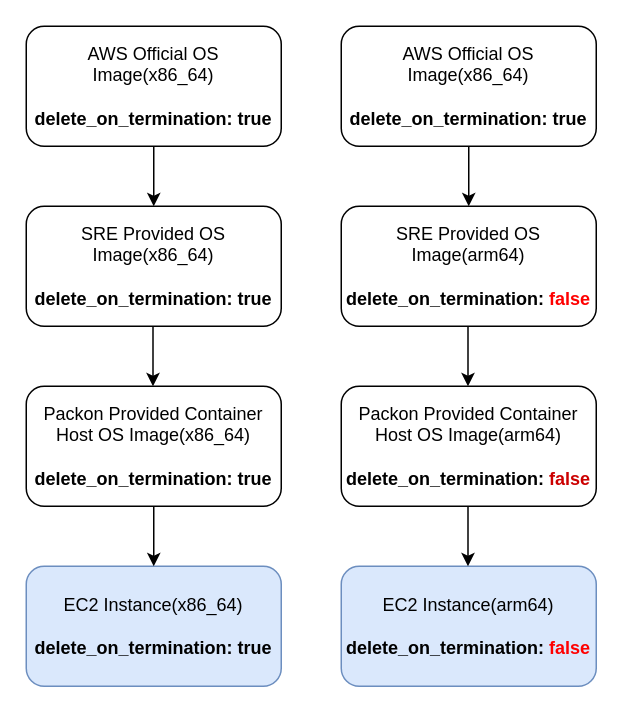
This is delete_on_termination.drawio from YanshanSong/draw.io, a draw.io file, before an edit. Source tidied: cells renumbered, new cells numbered last; positions are measured from the earlier drawing's top-left corner, leaving out a move shared by most shapes. Both pictures are drawn from the tidied source at 150%, with x=0, y=0 at pixel (26, 26).
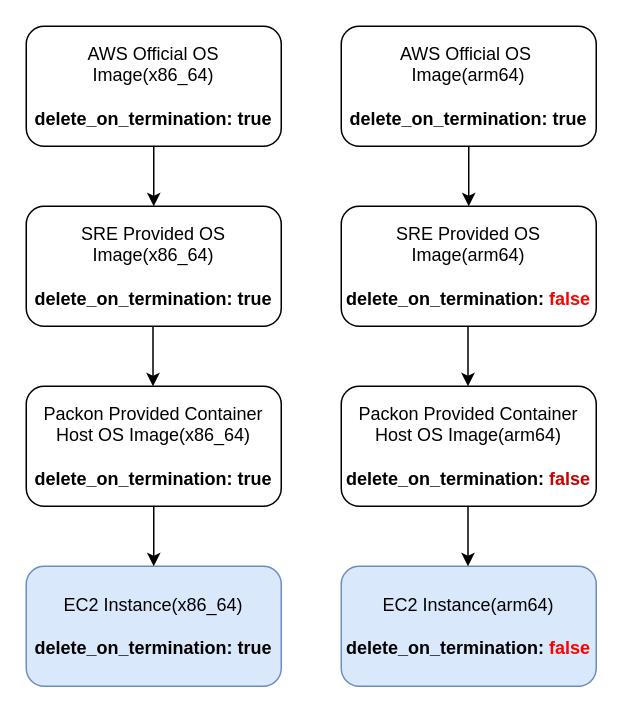
The same page after the edit.

What changed in the source:
```diff
@@
 <mxGraphModel>
   <root>
     <mxCell id="0" />
     <mxCell id="1" parent="0" />
     <mxCell id="2" value="AWS Official OS Image(x86_64)&lt;div&gt;&lt;br&gt;&lt;/div&gt;&lt;div&gt;&lt;b&gt;delete_on_termination: true&lt;/b&gt;&lt;br&gt;&lt;/div&gt;" style="rounded=1;whiteSpace=wrap;html=1;" parent="1" vertex="1">
       <mxGeometry width="170" height="80" as="geometry" />
     </mxCell>
     <mxCell id="3" value="SRE Provided OS Image(x86_64)&lt;div&gt;&lt;br&gt;&lt;/div&gt;&lt;div&gt;&lt;b&gt;delete_on_termination: true&lt;/b&gt;&lt;br&gt;&lt;/div&gt;" style="rounded=1;whiteSpace=wrap;html=1;" parent="1" vertex="1">
       <mxGeometry y="120" width="170" height="80" as="geometry" />
     </mxCell>
     <mxCell id="4" value="SRE Provided OS Image(arm64)&lt;div&gt;&lt;br&gt;&lt;/div&gt;&lt;div&gt;&lt;b&gt;delete_on_termination: &lt;font color=&quot;#ff0000&quot;&gt;false&lt;/font&gt;&lt;/b&gt;&lt;br&gt;&lt;/div&gt;" style="rounded=1;whiteSpace=wrap;html=1;" parent="1" vertex="1">
       <mxGeometry x="210" y="120" width="170" height="80" as="geometry" />
     </mxCell>
     <mxCell id="5" value="Packon Provided Container Host OS Image(x86_64)&lt;div&gt;&lt;br&gt;&lt;/div&gt;&lt;div&gt;&lt;b&gt;delete_on_termination: true&lt;/b&gt;&lt;br&gt;&lt;/div&gt;" style="rounded=1;whiteSpace=wrap;html=1;" parent="1" vertex="1">
       <mxGeometry y="240" width="170" height="80" as="geometry" />
     </mxCell>
     <mxCell id="6" value="Packon Provided Container Host OS Image(arm64)&lt;div&gt;&lt;br&gt;&lt;/div&gt;&lt;div&gt;&lt;b&gt;delete_on_termination: &lt;font color=&quot;#cc0000&quot;&gt;false&lt;/font&gt;&lt;/b&gt;&lt;br&gt;&lt;/div&gt;" style="rounded=1;whiteSpace=wrap;html=1;" parent="1" vertex="1">
       <mxGeometry x="210" y="240" width="170" height="80" as="geometry" />
     </mxCell>
-    <mxCell id="7" value="AWS Official OS Image(x86_64)&lt;div&gt;&lt;br&gt;&lt;/div&gt;&lt;div&gt;&lt;b&gt;delete_on_termination: true&lt;/b&gt;&lt;br&gt;&lt;/div&gt;" style="rounded=1;whiteSpace=wrap;html=1;" parent="1" vertex="1">
+    <mxCell id="7" value="AWS Official OS&amp;nbsp;&lt;div&gt;Image(arm64)&lt;div&gt;&lt;br&gt;&lt;/div&gt;&lt;div&gt;&lt;b&gt;delete_on_termination: true&lt;/b&gt;&lt;br&gt;&lt;/div&gt;&lt;/div&gt;" style="rounded=1;whiteSpace=wrap;html=1;" parent="1" vertex="1">
       <mxGeometry x="210" width="170" height="80" as="geometry" />
     </mxCell>
     <mxCell id="8" style="endArrow=classic;html=1;rounded=0;exitX=0.5;exitY=1;exitDx=0;exitDy=0;" parent="1" edge="1" source="2" target="3">
       <mxGeometry relative="1" as="geometry" />
     </mxCell>
     <mxCell id="9" style="endArrow=classic;html=1;rounded=0;exitX=0.5;exitY=1;exitDx=0;exitDy=0;entryX=0.5;entryY=0;entryDx=0;entryDy=0;" parent="1" edge="1" source="7" target="4">
       <mxGeometry relative="1" as="geometry" />
     </mxCell>
     <mxCell id="10" style="endArrow=classic;html=1;rounded=0;exitX=0.5;exitY=1;exitDx=0;exitDy=0;" parent="1" edge="1">
       <mxGeometry relative="1" as="geometry">
         <mxPoint x="84.5" y="200" as="sourcePoint" />
         <mxPoint x="84.5" y="240" as="targetPoint" />
       </mxGeometry>
     </mxCell>
     <mxCell id="11" style="endArrow=classic;html=1;rounded=0;" parent="1" edge="1">
       <mxGeometry relative="1" as="geometry">
         <mxPoint x="294.5" y="200" as="sourcePoint" />
         <mxPoint x="294.5" y="240" as="targetPoint" />
       </mxGeometry>
     </mxCell>
     <mxCell id="12" value="EC2 Instance(x86_64)&lt;div&gt;&lt;br&gt;&lt;/div&gt;&lt;div&gt;&lt;b&gt;delete_on_termination: true&lt;/b&gt;&lt;br&gt;&lt;/div&gt;" style="rounded=1;whiteSpace=wrap;html=1;fillColor=#dae8fc;strokeColor=#6c8ebf;" parent="1" vertex="1">
       <mxGeometry y="360" width="170" height="80" as="geometry" />
     </mxCell>
     <mxCell id="13" value="EC2 Instance(arm64)&lt;div&gt;&lt;br&gt;&lt;/div&gt;&lt;div&gt;&lt;b&gt;delete_on_termination: &lt;font color=&quot;#ff0000&quot;&gt;false&lt;/font&gt;&lt;/b&gt;&lt;br&gt;&lt;/div&gt;" style="rounded=1;whiteSpace=wrap;html=1;fillColor=#dae8fc;strokeColor=#6c8ebf;" parent="1" vertex="1">
       <mxGeometry x="210" y="360" width="170" height="80" as="geometry" />
     </mxCell>
     <mxCell id="14" style="endArrow=classic;html=1;rounded=0;exitX=0.5;exitY=1;exitDx=0;exitDy=0;entryX=0.5;entryY=0;entryDx=0;entryDy=0;" parent="1" edge="1" source="5" target="12">
       <mxGeometry relative="1" as="geometry" />
     </mxCell>
     <mxCell id="15" style="endArrow=classic;html=1;rounded=0;" parent="1" edge="1">
       <mxGeometry relative="1" as="geometry">
         <mxPoint x="294.5" y="320" as="sourcePoint" />
         <mxPoint x="294.5" y="360" as="targetPoint" />
       </mxGeometry>
     </mxCell>
   </root>
 </mxGraphModel>
```
